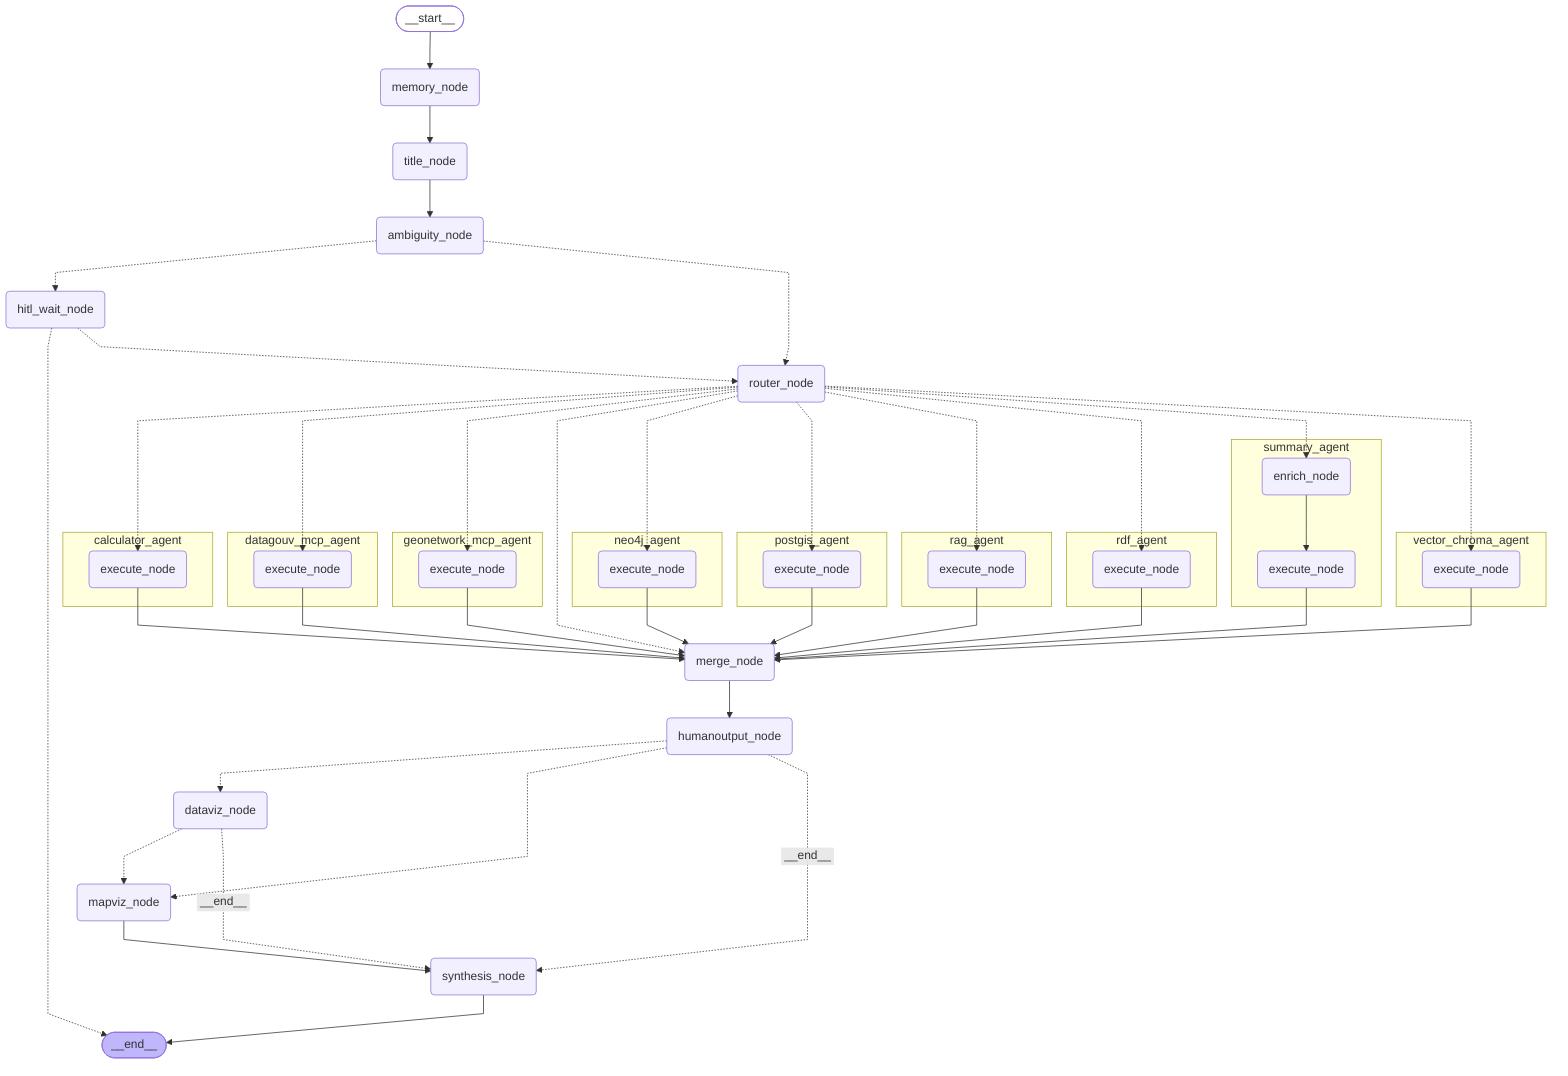
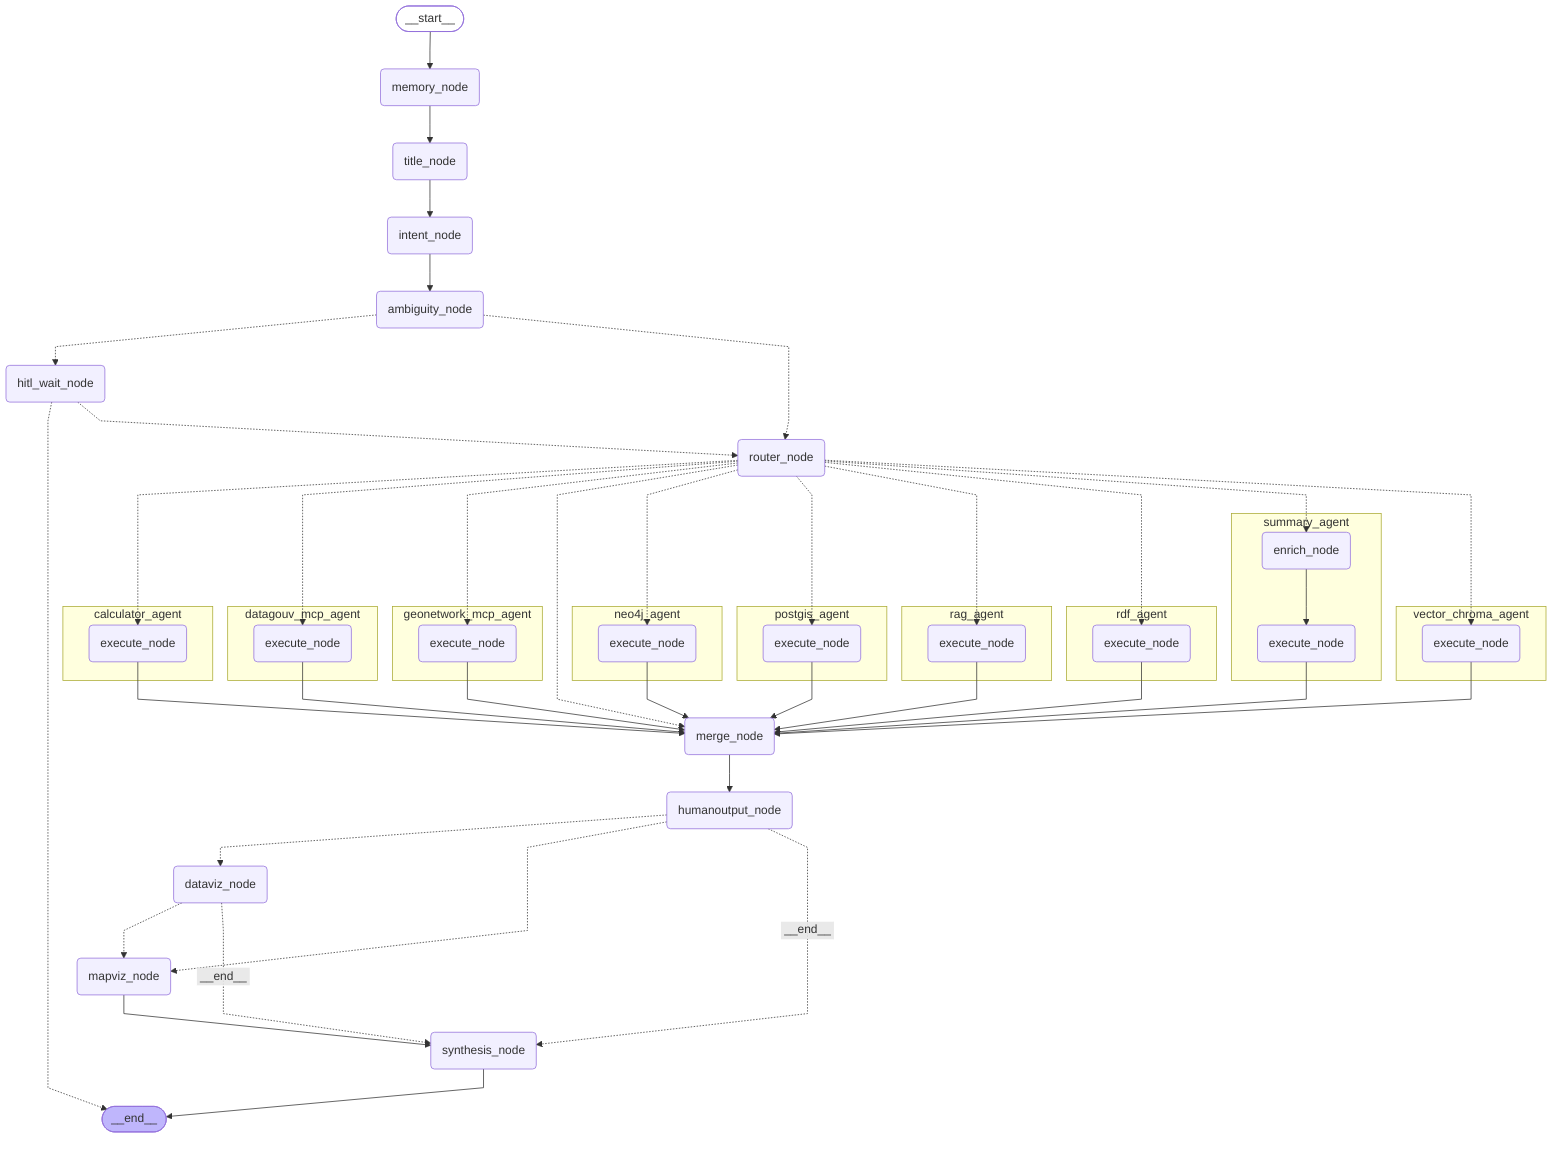
---
config:
  flowchart:
    curve: linear
---
graph TD;
	__start__([<p>__start__</p>]):::first
	memory_node(memory_node)
	title_node(title_node)
	ambiguity_node(ambiguity_node)
	hitl_wait_node(hitl_wait_node)
	router_node(router_node)
	merge_node(merge_node)
+ 	intent_node(intent_node)
	synthesis_node(synthesis_node)
	humanoutput_node(humanoutput_node)
	dataviz_node(dataviz_node)
	mapviz_node(mapviz_node)
	__end__([<p>__end__</p>]):::last
	__start__ --> memory_node;
	ambiguity_node -.-> hitl_wait_node;
	ambiguity_node -.-> router_node;
	calculator_agent\3aexecute_node --> merge_node;
	datagouv_mcp_agent\3aexecute_node --> merge_node;
	dataviz_node -.-> mapviz_node;
	dataviz_node -. &nbsp;__end__&nbsp; .-> synthesis_node;
	geonetwork_mcp_agent\3aexecute_node --> merge_node;
	hitl_wait_node -.-> __end__;
	hitl_wait_node -.-> router_node;
	humanoutput_node -.-> dataviz_node;
	humanoutput_node -.-> mapviz_node;
	humanoutput_node -. &nbsp;__end__&nbsp; .-> synthesis_node;
+ 	intent_node --> ambiguity_node;
	mapviz_node --> synthesis_node;
	memory_node --> title_node;
	merge_node --> humanoutput_node;
	neo4j_agent\3aexecute_node --> merge_node;
	postgis_agent\3aexecute_node --> merge_node;
	rag_agent\3aexecute_node --> merge_node;
	rdf_agent\3aexecute_node --> merge_node;
	router_node -.-> calculator_agent\3aexecute_node;
	router_node -.-> datagouv_mcp_agent\3aexecute_node;
	router_node -.-> geonetwork_mcp_agent\3aexecute_node;
	router_node -.-> merge_node;
	router_node -.-> neo4j_agent\3aexecute_node;
	router_node -.-> postgis_agent\3aexecute_node;
	router_node -.-> rag_agent\3aexecute_node;
	router_node -.-> rdf_agent\3aexecute_node;
	router_node -.-> summary_agent\3aenrich_node;
	router_node -.-> vector_chroma_agent\3aexecute_node;
	summary_agent\3aexecute_node --> merge_node;
- 	title_node --> ambiguity_node;
+ 	title_node --> intent_node;
	vector_chroma_agent\3aexecute_node --> merge_node;
	synthesis_node --> __end__;
	subgraph summary_agent
	summary_agent\3aenrich_node(enrich_node)
	summary_agent\3aexecute_node(execute_node)
	summary_agent\3aenrich_node --> summary_agent\3aexecute_node;
	end
	subgraph rag_agent
	rag_agent\3aexecute_node(execute_node)
	end
	subgraph calculator_agent
	calculator_agent\3aexecute_node(execute_node)
	end
	subgraph neo4j_agent
	neo4j_agent\3aexecute_node(execute_node)
	end
	subgraph postgis_agent
	postgis_agent\3aexecute_node(execute_node)
	end
	subgraph rdf_agent
	rdf_agent\3aexecute_node(execute_node)
	end
	subgraph vector_chroma_agent
	vector_chroma_agent\3aexecute_node(execute_node)
	end
	subgraph datagouv_mcp_agent
	datagouv_mcp_agent\3aexecute_node(execute_node)
	end
	subgraph geonetwork_mcp_agent
	geonetwork_mcp_agent\3aexecute_node(execute_node)
	end
	classDef default fill:#f2f0ff,line-height:1.2
	classDef first fill-opacity:0
	classDef last fill:#bfb6fc
